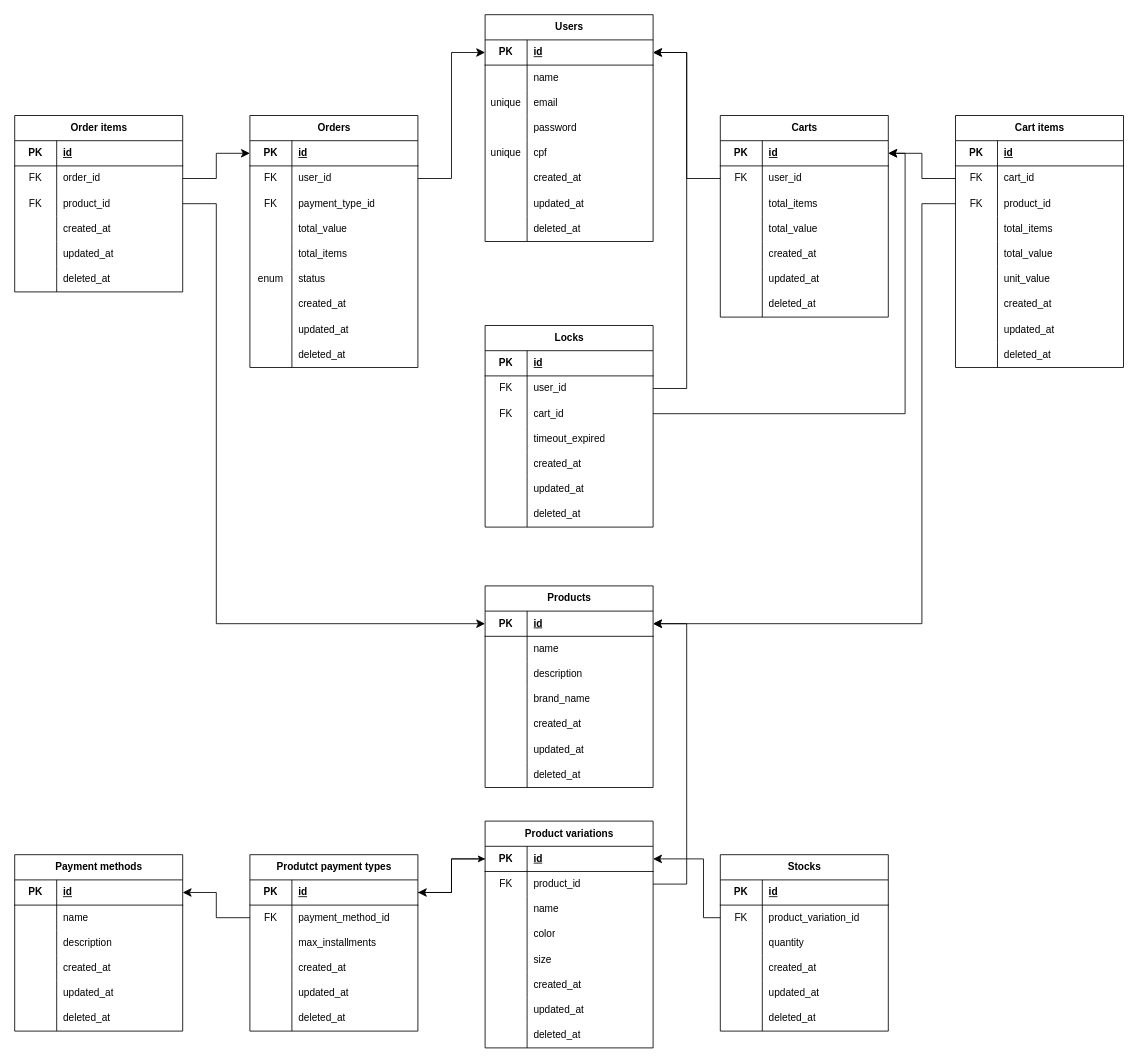
The draw.io diagram e-commerce.drawio in washingtonjnr/ecommerce-api, before the edit. Source tidied: cells renumbered, new cells numbered last; positions are measured from the earlier drawing's top-left corner, leaving out a move shared by most shapes. Both pictures are drawn from the tidied source at 84%, with x=0, y=0 at pixel (14, 14).
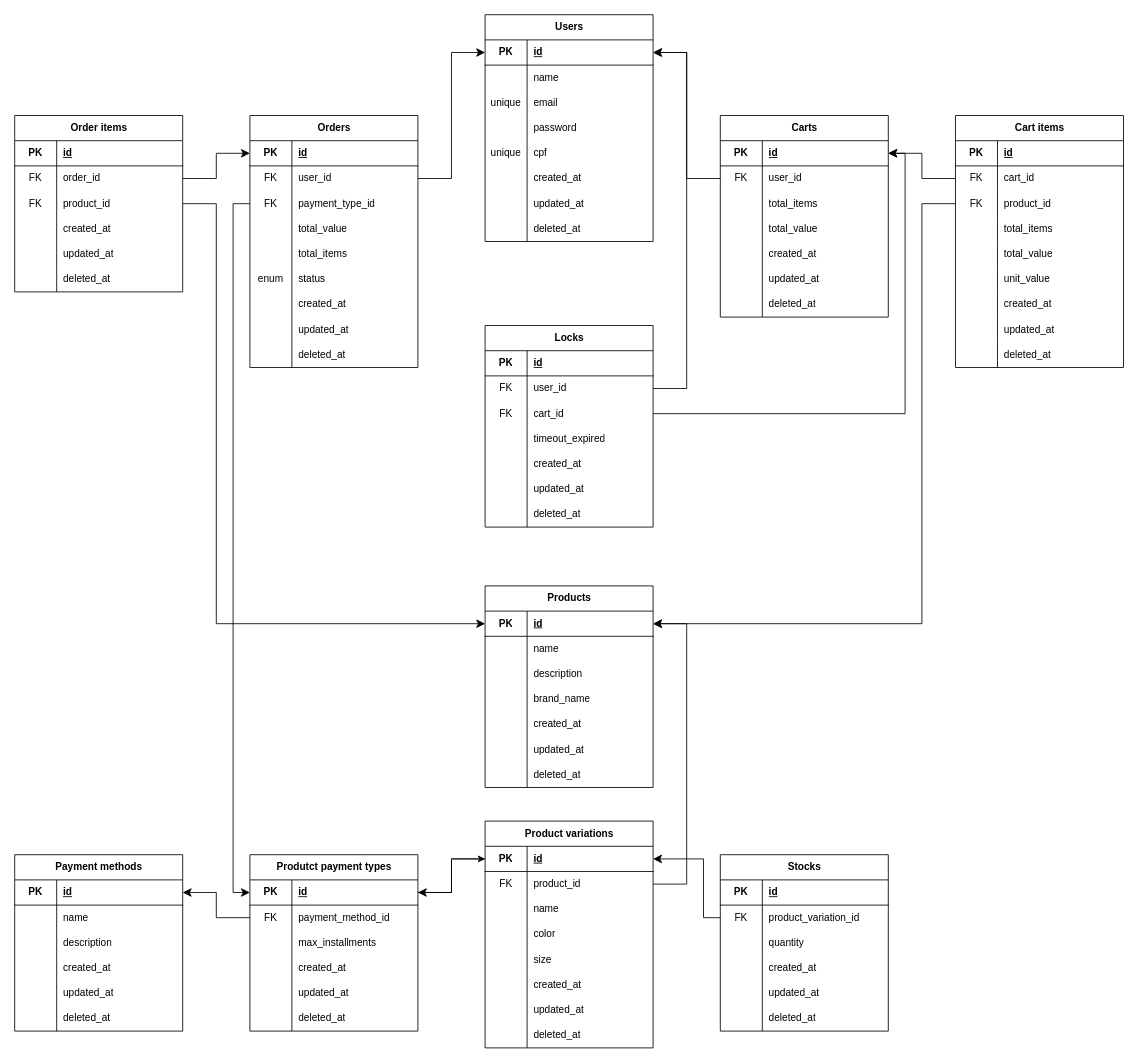
After the change.

Unchanged cells that the change refers to:
```xml
<mxCell id="34" style="shape=tableRow;horizontal=0;startSize=0;swimlaneHead=0;swimlaneBody=0;fillColor=none;points=[[0,0.5],[1,0.5]];portConstraint=eastwest;top=0;left=0;right=0;bottom=0;" parent="27" vertex="1">
  <mxGeometry y="90" width="200" height="30" as="geometry" />
</mxCell>
<mxCell id="246" style="shape=tableRow;horizontal=0;startSize=0;swimlaneHead=0;swimlaneBody=0;fillColor=none;points=[[0,0.5],[1,0.5]];portConstraint=eastwest;top=0;left=0;right=0;bottom=1;" parent="245" vertex="1">
  <mxGeometry y="30" width="200" height="30" as="geometry" />
</mxCell>
```

Change to the diagram source:
```diff
@@
+    <mxCell id="267" style="edgeStyle=orthogonalEdgeStyle;rounded=0;jettySize=auto;html=1;entryX=0;entryY=0.5;entryDx=0;entryDy=0;fontSize=12;startSize=8;endSize=8;" parent="1" edge="1" source="34" target="246">
+      <mxGeometry relative="1" as="geometry" />
+    </mxCell>
```
